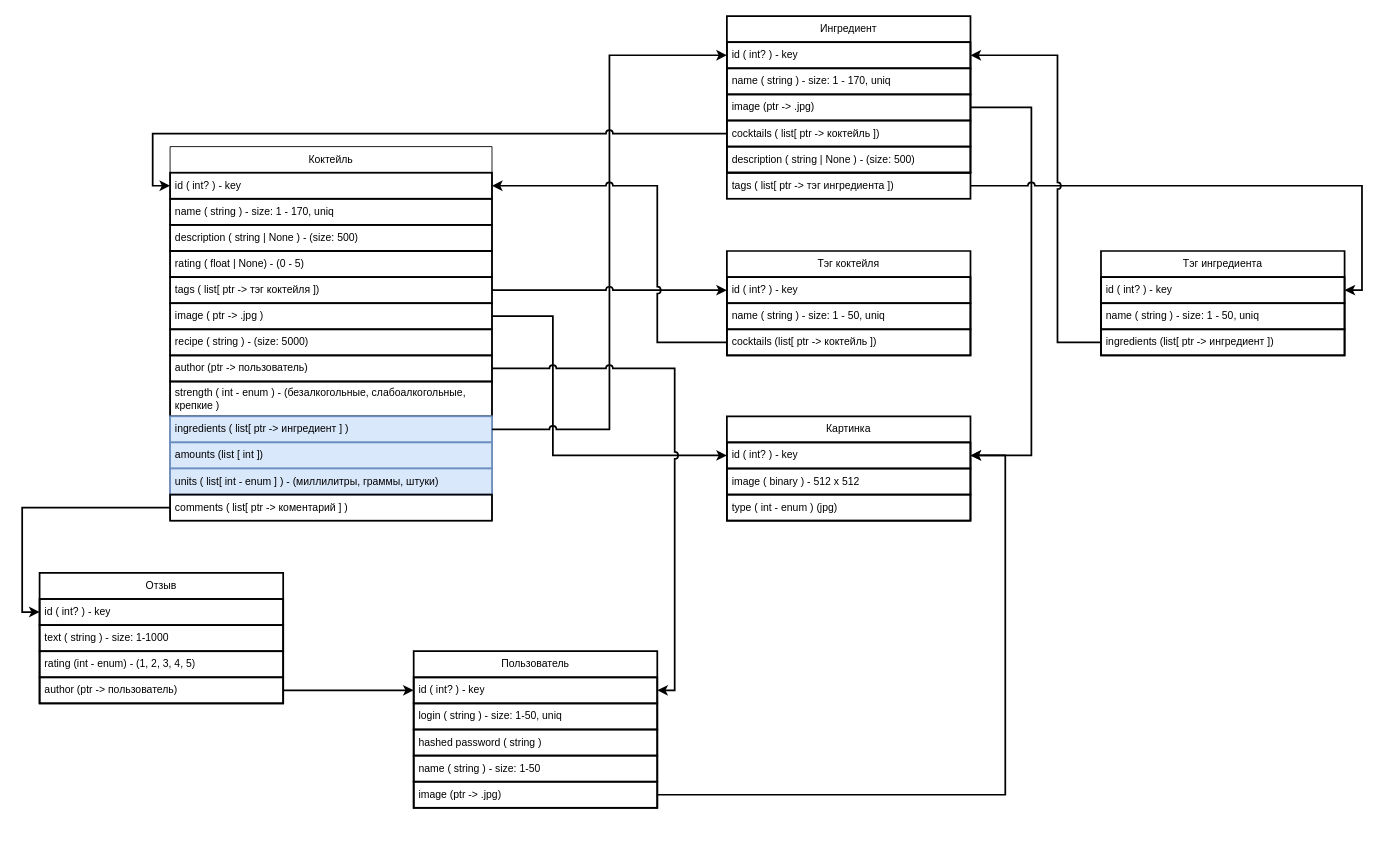
Earlier version of the draw.io diagram DrunkDiagram.drawio (Rudovich1/DrunkMate). Source tidied: cells renumbered, new cells numbered last; positions are measured from the earlier drawing's top-left corner, leaving out a move shared by most shapes. Both pictures are drawn from the tidied source at 87%, with x=0, y=0 at pixel (39, 16).
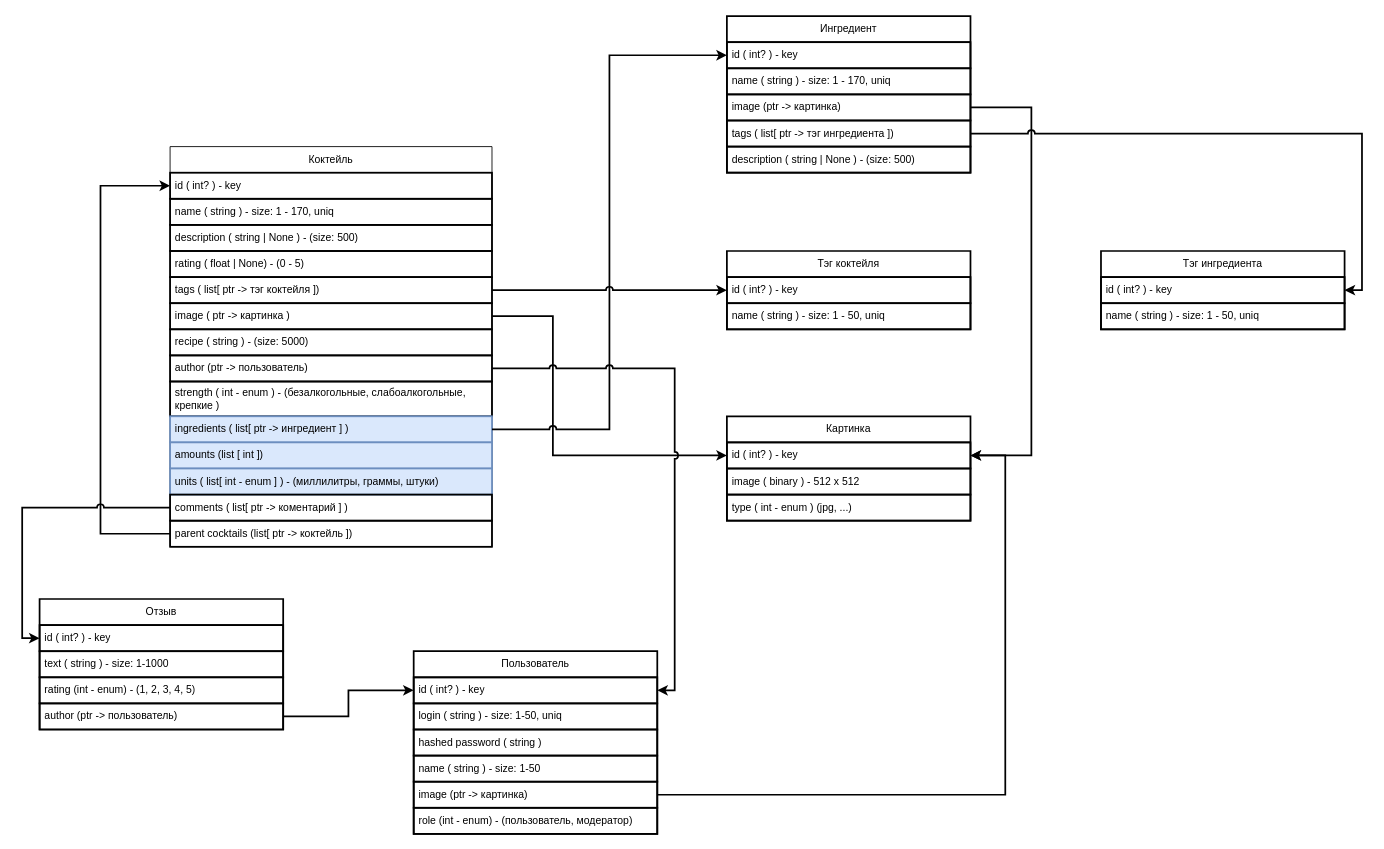
The same page after the edit.

The change refers to these unchanged cells:
```xml
<mxCell id="3" value="id ( int? ) - key" style="text;strokeColor=default;fillColor=none;align=left;verticalAlign=middle;spacingLeft=4;spacingRight=4;overflow=hidden;points=[[0,0.5],[1,0.5]];portConstraint=eastwest;whiteSpace=wrap;html=1;strokeWidth=2;" parent="2" vertex="1">
  <mxGeometry y="30" width="370" height="30" as="geometry" />
</mxCell>
<mxCell id="19" value="Ингредиент" style="swimlane;fontStyle=0;horizontal=1;startSize=30;whiteSpace=wrap;html=1;strokeColor=default;strokeWidth=2;" parent="1" vertex="1">
  <mxGeometry x="790" width="280" height="180" as="geometry" />
</mxCell>
<mxCell id="20" value="id ( int? ) - key" style="text;strokeColor=default;fillColor=none;align=left;verticalAlign=middle;spacingLeft=4;spacingRight=4;overflow=hidden;points=[[0,0.5],[1,0.5]];portConstraint=eastwest;whiteSpace=wrap;html=1;strokeWidth=2;" parent="19" vertex="1">
  <mxGeometry y="30" width="280" height="30" as="geometry" />
</mxCell>
<mxCell id="42" value="Картинка" style="swimlane;fontStyle=0;horizontal=1;startSize=30;whiteSpace=wrap;html=1;strokeColor=default;strokeWidth=2;" parent="1" vertex="1">
  <mxGeometry x="790" y="460" width="280" height="120" as="geometry" />
</mxCell>
```

Diff of the diagram source:
```diff
@@
     <mxCell id="2" value="Коктейль" style="swimlane;fontStyle=0;horizontal=1;startSize=30;whiteSpace=wrap;html=1;" parent="1" vertex="1">
-      <mxGeometry x="150" y="150" width="370" height="430" as="geometry" />
+      <mxGeometry x="150" y="150" width="370" height="460" as="geometry" />
     </mxCell>
@@
-    <mxCell id="8" value="image ( ptr -&amp;gt; .jpg )" style="text;strokeColor=default;fillColor=none;align=left;verticalAlign=middle;spacingLeft=4;spacingRight=4;overflow=hidden;points=[[0,0.5],[1,0.5]];portConstraint=eastwest;whiteSpace=wrap;html=1;strokeWidth=2;" parent="2" vertex="1">
+    <mxCell id="8" value="image ( ptr -&amp;gt; картинка )" style="text;strokeColor=default;fillColor=none;align=left;verticalAlign=middle;spacingLeft=4;spacingRight=4;overflow=hidden;points=[[0,0.5],[1,0.5]];portConstraint=eastwest;whiteSpace=wrap;html=1;strokeWidth=2;" parent="2" vertex="1">
       <mxGeometry y="180" width="370" height="30" as="geometry" />
     </mxCell>
@@
+    <mxCell id="58" style="edgeStyle=orthogonalEdgeStyle;rounded=0;jettySize=auto;html=1;entryX=0;entryY=0.5;entryDx=0;entryDy=0;strokeWidth=2;jumpStyle=arc;" parent="2" edge="1" source="59" target="3">
+      <mxGeometry relative="1" as="geometry">
+        <Array as="points">
+          <mxPoint x="-80" y="445" />
+          <mxPoint x="-80" y="45" />
+        </Array>
+      </mxGeometry>
+    </mxCell>
+    <mxCell id="59" value="parent cocktails (list[ ptr -&amp;gt; коктейль ])" style="text;strokeColor=default;fillColor=none;align=left;verticalAlign=middle;spacingLeft=4;spacingRight=4;overflow=hidden;points=[[0,0.5],[1,0.5]];portConstraint=eastwest;whiteSpace=wrap;html=1;strokeWidth=2;" parent="2" vertex="1">
+      <mxGeometry y="430" width="370" height="30" as="geometry" />
+    </mxCell>
@@
-    <mxCell id="22" value="image (ptr -&amp;gt; .jpg)" style="text;strokeColor=default;fillColor=none;align=left;verticalAlign=middle;spacingLeft=4;spacingRight=4;overflow=hidden;points=[[0,0.5],[1,0.5]];portConstraint=eastwest;whiteSpace=wrap;html=1;strokeWidth=2;" parent="19" vertex="1">
+    <mxCell id="22" value="image (ptr -&amp;gt; картинка)" style="text;strokeColor=default;fillColor=none;align=left;verticalAlign=middle;spacingLeft=4;spacingRight=4;overflow=hidden;points=[[0,0.5],[1,0.5]];portConstraint=eastwest;whiteSpace=wrap;html=1;strokeWidth=2;" parent="19" vertex="1">
       <mxGeometry y="90" width="280" height="30" as="geometry" />
     </mxCell>
-    <mxCell id="23" value="cocktails ( list[ ptr -&amp;gt; коктейль ])" style="text;strokeColor=default;fillColor=none;align=left;verticalAlign=middle;spacingLeft=4;spacingRight=4;overflow=hidden;points=[[0,0.5],[1,0.5]];portConstraint=eastwest;whiteSpace=wrap;html=1;strokeWidth=2;" parent="19" vertex="1">
-      <mxGeometry y="120" width="280" height="30" as="geometry" />
-    </mxCell>
+    <mxCell id="55" value="&lt;span style=&quot;color: rgb(0, 0, 0); font-family: Helvetica; font-size: 12px; font-style: normal; font-variant-ligatures: normal; font-variant-caps: normal; font-weight: 400; letter-spacing: normal; orphans: 2; text-align: left; text-indent: 0px; text-transform: none; widows: 2; word-spacing: 0px; -webkit-text-stroke-width: 0px; background-color: rgb(255, 255, 255); text-decoration-thickness: initial; text-decoration-style: initial; text-decoration-color: initial; float: none; display: inline !important;&quot;&gt;tags ( list[ ptr -&amp;gt; тэг ингредиента ])&lt;/span&gt;" style="text;strokeColor=default;fillColor=none;align=left;verticalAlign=middle;spacingLeft=4;spacingRight=4;overflow=hidden;points=[[0,0.5],[1,0.5]];portConstraint=eastwest;whiteSpace=wrap;html=1;strokeWidth=2;" parent="19" vertex="1">
+      <mxGeometry y="120" width="280" height="30" as="geometry" />
+    </mxCell>
@@
     <mxCell id="25" value="Тэг коктейля" style="swimlane;fontStyle=0;horizontal=1;startSize=30;whiteSpace=wrap;html=1;strokeColor=default;strokeWidth=2;" parent="1" vertex="1">
-      <mxGeometry x="790" y="270" width="280" height="120" as="geometry" />
+      <mxGeometry x="790" y="270" width="280" height="90" as="geometry" />
     </mxCell>
@@
-    <mxCell id="28" value="cocktails (list[ ptr -&amp;gt; коктейль ])" style="text;strokeColor=default;fillColor=none;align=left;verticalAlign=middle;spacingLeft=4;spacingRight=4;overflow=hidden;points=[[0,0.5],[1,0.5]];portConstraint=eastwest;whiteSpace=wrap;html=1;strokeWidth=2;" parent="25" vertex="1">
-      <mxGeometry y="90" width="280" height="30" as="geometry" />
-    </mxCell>
     <mxCell id="29" value="Отзыв" style="swimlane;fontStyle=0;horizontal=1;startSize=30;whiteSpace=wrap;html=1;strokeColor=default;strokeWidth=2;" parent="1" vertex="1">
-      <mxGeometry y="640" width="280" height="150" as="geometry" />
+      <mxGeometry y="670" width="280" height="150" as="geometry" />
     </mxCell>
@@
     <mxCell id="35" value="Пользователь" style="swimlane;fontStyle=0;horizontal=1;startSize=30;whiteSpace=wrap;html=1;strokeColor=default;strokeWidth=2;" parent="1" vertex="1">
-      <mxGeometry x="430" y="730" width="280" height="180" as="geometry" />
+      <mxGeometry x="430" y="730" width="280" height="210" as="geometry" />
     </mxCell>
@@
-    <mxCell id="40" value="image (ptr -&amp;gt; .jpg)" style="text;strokeColor=default;fillColor=none;align=left;verticalAlign=middle;spacingLeft=4;spacingRight=4;overflow=hidden;points=[[0,0.5],[1,0.5]];portConstraint=eastwest;whiteSpace=wrap;html=1;strokeWidth=2;" parent="35" vertex="1">
+    <mxCell id="40" value="image (ptr -&amp;gt; картинка)" style="text;strokeColor=default;fillColor=none;align=left;verticalAlign=middle;spacingLeft=4;spacingRight=4;overflow=hidden;points=[[0,0.5],[1,0.5]];portConstraint=eastwest;whiteSpace=wrap;html=1;strokeWidth=2;" parent="35" vertex="1">
       <mxGeometry y="150" width="280" height="30" as="geometry" />
     </mxCell>
+    <mxCell id="60" value="role (int - enum) - (пользователь, модератор)" style="text;strokeColor=default;fillColor=none;align=left;verticalAlign=middle;spacingLeft=4;spacingRight=4;overflow=hidden;whiteSpace=wrap;html=1;strokeWidth=2;" parent="35" vertex="1">
+      <mxGeometry y="180" width="280" height="30" as="geometry" />
+    </mxCell>
@@
-    <mxCell id="45" value="type ( int - enum ) (jpg)" style="text;strokeColor=default;fillColor=none;align=left;verticalAlign=middle;spacingLeft=4;spacingRight=4;overflow=hidden;whiteSpace=wrap;html=1;strokeWidth=2;" parent="42" vertex="1">
+    <mxCell id="45" value="type ( int - enum ) (jpg, ...)" style="text;strokeColor=default;fillColor=none;align=left;verticalAlign=middle;spacingLeft=4;spacingRight=4;overflow=hidden;whiteSpace=wrap;html=1;strokeWidth=2;" parent="42" vertex="1">
       <mxGeometry y="90" width="280" height="30" as="geometry" />
     </mxCell>
@@
-    <mxCell id="49" style="edgeStyle=orthogonalEdgeStyle;rounded=0;jumpStyle=arc;jettySize=auto;html=1;entryX=1;entryY=0.5;entryDx=0;entryDy=0;strokeWidth=2;" parent="1" edge="1" source="28" target="3">
-      <mxGeometry relative="1" as="geometry">
-        <Array as="points">
-          <mxPoint x="710" y="375" />
-          <mxPoint x="710" y="195" />
-        </Array>
-      </mxGeometry>
-    </mxCell>
     <mxCell id="50" value="Тэг ингредиента" style="swimlane;fontStyle=0;horizontal=1;startSize=30;whiteSpace=wrap;html=1;strokeColor=default;strokeWidth=2;" parent="1" vertex="1">
-      <mxGeometry x="1220" y="270" width="280" height="120" as="geometry" />
+      <mxGeometry x="1220" y="270" width="280" height="90" as="geometry" />
     </mxCell>
@@
-    <mxCell id="53" value="ingredients (list[ ptr -&amp;gt; ингредиент ])" style="text;strokeColor=default;fillColor=none;align=left;verticalAlign=middle;spacingLeft=4;spacingRight=4;overflow=hidden;points=[[0,0.5],[1,0.5]];portConstraint=eastwest;whiteSpace=wrap;html=1;strokeWidth=2;" parent="50" vertex="1">
-      <mxGeometry y="90" width="280" height="30" as="geometry" />
-    </mxCell>
@@
-    <mxCell id="55" value="&lt;span style=&quot;color: rgb(0, 0, 0); font-family: Helvetica; font-size: 12px; font-style: normal; font-variant-ligatures: normal; font-variant-caps: normal; font-weight: 400; letter-spacing: normal; orphans: 2; text-align: left; text-indent: 0px; text-transform: none; widows: 2; word-spacing: 0px; -webkit-text-stroke-width: 0px; background-color: rgb(255, 255, 255); text-decoration-thickness: initial; text-decoration-style: initial; text-decoration-color: initial; float: none; display: inline !important;&quot;&gt;tags ( list[ ptr -&amp;gt; тэг ингредиента ])&lt;/span&gt;" style="text;strokeColor=default;fillColor=none;align=left;verticalAlign=middle;spacingLeft=4;spacingRight=4;overflow=hidden;points=[[0,0.5],[1,0.5]];portConstraint=eastwest;whiteSpace=wrap;html=1;strokeWidth=2;" parent="1" vertex="1">
-      <mxGeometry x="790" y="180" width="280" height="30" as="geometry" />
-    </mxCell>
-    <mxCell id="56" style="edgeStyle=orthogonalEdgeStyle;rounded=0;jettySize=auto;html=1;entryX=0;entryY=0.5;entryDx=0;entryDy=0;strokeWidth=2;jumpStyle=arc;" parent="1" edge="1" source="23" target="3">
-      <mxGeometry relative="1" as="geometry" />
-    </mxCell>
-    <mxCell id="57" style="edgeStyle=orthogonalEdgeStyle;rounded=0;jumpStyle=arc;jettySize=auto;html=1;entryX=1;entryY=0.5;entryDx=0;entryDy=0;strokeWidth=2;" parent="1" edge="1" source="53" target="20">
-      <mxGeometry relative="1" as="geometry">
-        <Array as="points">
-          <mxPoint x="1170" y="375" />
-          <mxPoint x="1170" y="45" />
-        </Array>
-      </mxGeometry>
-    </mxCell>
```
